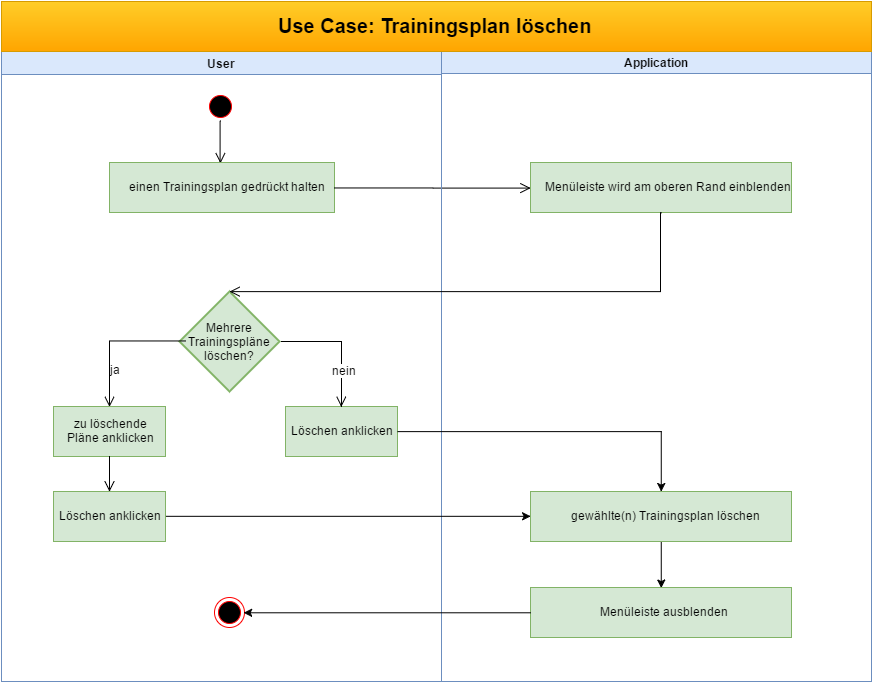
Above: UCDs/Use Case- Trainingsplan löschen.png in MH0896/MuM-s-Fit (draw.io), before the change. Source tidied: cells renumbered, new cells last; positions are measured from the earlier drawing's top-left corner, leaving out a move shared by most shapes. Its diagram source:
```xml
<mxGraphModel>
  <root>
    <mxCell id="0" style="html=1;" />
    <mxCell id="1" style="html=1;" parent="0" />
    <mxCell id="2" value="User" style="swimlane;whiteSpace=wrap;html=1;fillColor=#dae8fc;strokeColor=#6c8ebf;" parent="1" vertex="1">
      <mxGeometry y="50" width="440" height="630" as="geometry" />
    </mxCell>
    <mxCell id="3" style="ellipse;shape=startState;fillColor=#000000;strokeColor=#ff0000;html=1;" parent="2" vertex="1">
      <mxGeometry x="204" y="40" width="30" height="30" as="geometry" />
    </mxCell>
    <mxCell id="4" style="edgeStyle=elbowEdgeStyle;elbow=horizontal;verticalAlign=bottom;endArrow=open;endSize=8;strokeColor=#000000;endFill=1;rounded=0;html=1;entryX=0.414;entryY=0.018;entryPerimeter=0;" parent="2" edge="1">
      <mxGeometry x="118" y="40" as="geometry">
        <mxPoint x="219" y="69.5" as="sourcePoint" />
        <mxPoint x="219" y="111.8" as="targetPoint" />
      </mxGeometry>
    </mxCell>
    <mxCell id="5" value="einen Trainingsplan gedrückt halten" style="html=1;fillColor=#d5e8d4;strokeColor=#82b366;" parent="2" vertex="1">
      <mxGeometry x="108" y="111" width="225" height="50" as="geometry" />
    </mxCell>
    <mxCell id="6" value="Mehrere Trainingspläne löschen?" style="strokeWidth=2;html=1;shape=mxgraph.flowchart.decision;whiteSpace=wrap;fillColor=#d5e8d4;strokeColor=#82b366;" parent="2" vertex="1">
      <mxGeometry x="178" y="240" width="100" height="100" as="geometry" />
    </mxCell>
    <mxCell id="7" style="edgeStyle=elbowEdgeStyle;elbow=horizontal;verticalAlign=bottom;endArrow=open;endSize=8;strokeColor=#000000;endFill=1;rounded=0;html=1;entryX=0;entryY=0.5;" parent="2" edge="1" target="18">
      <mxGeometry x="372" y="87" as="geometry">
        <mxPoint x="333" y="136.5" as="sourcePoint" />
      </mxGeometry>
    </mxCell>
    <mxCell id="8" value="zu löschende&lt;br&gt;Pläne anklicken" style="html=1;fillColor=#d5e8d4;strokeColor=#82b366;" parent="2" vertex="1">
      <mxGeometry x="52" y="355" width="112" height="50" as="geometry" />
    </mxCell>
    <mxCell id="9" value="Löschen anklicken" style="html=1;fillColor=#d5e8d4;strokeColor=#82b366;" parent="2" vertex="1">
      <mxGeometry x="284" y="355" width="112" height="50" as="geometry" />
    </mxCell>
    <mxCell id="10" style="edgeStyle=elbowEdgeStyle;elbow=horizontal;verticalAlign=bottom;endArrow=open;endSize=8;strokeColor=#000000;endFill=1;rounded=0;html=1;entryX=0.5;entryY=0;" parent="2" edge="1" target="9">
      <mxGeometry x="463" y="221" as="geometry">
        <mxPoint x="280" y="290" as="sourcePoint" />
        <Array as="points">
          <mxPoint x="340" y="320" />
          <mxPoint x="352" y="330" />
        </Array>
      </mxGeometry>
    </mxCell>
    <mxCell id="11" value="nein" style="text;html=1;align=center;verticalAlign=middle;labelBackgroundColor=#ffffff;" parent="10" vertex="1">
      <mxGeometry relative="1" as="geometry">
        <mxPoint x="1" y="26" as="offset" />
      </mxGeometry>
    </mxCell>
    <mxCell id="12" style="edgeStyle=elbowEdgeStyle;elbow=horizontal;verticalAlign=bottom;endArrow=open;endSize=8;strokeColor=#000000;endFill=1;rounded=0;html=1;entryX=0.5;entryY=0;" parent="2" edge="1" target="8">
      <mxGeometry x="503" y="200" as="geometry">
        <mxPoint x="184" y="289.5" as="sourcePoint" />
        <Array as="points">
          <mxPoint x="108" y="340" />
          <mxPoint x="252" y="329" />
        </Array>
      </mxGeometry>
    </mxCell>
    <mxCell id="13" value="ja" style="text;html=1;align=center;verticalAlign=middle;labelBackgroundColor=#ffffff;" parent="12" vertex="1">
      <mxGeometry relative="1" as="geometry">
        <mxPoint y="28" as="offset" />
      </mxGeometry>
    </mxCell>
    <mxCell id="14" value="Löschen anklicken" style="html=1;fillColor=#d5e8d4;strokeColor=#82b366;" parent="2" vertex="1">
      <mxGeometry x="52" y="440" width="112" height="50" as="geometry" />
    </mxCell>
    <mxCell id="15" style="edgeStyle=elbowEdgeStyle;elbow=horizontal;verticalAlign=bottom;endArrow=open;endSize=8;strokeColor=#000000;endFill=1;rounded=0;html=1;entryX=0.5;entryY=0;exitX=0.5;exitY=1;" parent="2" edge="1" source="8" target="14">
      <mxGeometry x="429" y="341" as="geometry" />
    </mxCell>
    <mxCell id="16" style="ellipse;html=1;shape=endState;fillColor=#000000;strokeColor=#ff0000;" parent="2" vertex="1">
      <mxGeometry x="212.7" y="546" width="30" height="30" as="geometry" />
    </mxCell>
    <mxCell id="17" value="Application" style="swimlane;whiteSpace=wrap;html=1;fillColor=#dae8fc;strokeColor=#6c8ebf;" parent="1" vertex="1">
      <mxGeometry x="440" y="49" width="430" height="631" as="geometry" />
    </mxCell>
    <mxCell id="18" value="Menüleiste wird am oberen Rand einblenden" style="html=1;fillColor=#d5e8d4;strokeColor=#82b366;" parent="17" vertex="1">
      <mxGeometry x="89" y="112" width="261" height="50" as="geometry" />
    </mxCell>
    <mxCell id="19" style="edgeStyle=orthogonalEdgeStyle;rounded=0;html=1;exitX=0.5;exitY=1;entryX=0.5;entryY=0;jettySize=auto;strokeColor=#000000;" parent="17" edge="1" source="20" target="21">
      <mxGeometry relative="1" as="geometry" />
    </mxCell>
    <mxCell id="20" value="gewählte(n) Trainingsplan löschen" style="html=1;fillColor=#d5e8d4;strokeColor=#82b366;" parent="17" vertex="1">
      <mxGeometry x="89" y="441" width="261" height="50" as="geometry" />
    </mxCell>
    <mxCell id="21" value="Menüleiste ausblenden" style="html=1;fillColor=#d5e8d4;strokeColor=#82b366;" parent="17" vertex="1">
      <mxGeometry x="89" y="537" width="261" height="50" as="geometry" />
    </mxCell>
    <mxCell id="22" value="&lt;b&gt;&lt;font style=&quot;font-size: 20px&quot;&gt;Use Case: Trainingsplan löschen&lt;/font&gt;&lt;/b&gt;" style="html=1;fillColor=#ffcd28;strokeColor=#d79b00;gradientColor=#ffa500;" parent="1" vertex="1">
      <mxGeometry width="870" height="50" as="geometry" />
    </mxCell>
    <mxCell id="23" style="edgeStyle=elbowEdgeStyle;elbow=horizontal;verticalAlign=bottom;endArrow=open;endSize=8;strokeColor=#000000;endFill=1;rounded=0;html=1;entryX=0.5;entryY=0;entryPerimeter=0;exitX=0.5;exitY=1;" parent="1" edge="1" source="18" target="6">
      <mxGeometry x="450" y="161" as="geometry">
        <Array as="points">
          <mxPoint x="659" y="260" />
        </Array>
      </mxGeometry>
    </mxCell>
    <mxCell id="24" style="edgeStyle=orthogonalEdgeStyle;rounded=0;html=1;exitX=1;exitY=0.5;entryX=0;entryY=0.5;jettySize=auto;strokeColor=#000000;" parent="1" edge="1" source="14" target="20">
      <mxGeometry relative="1" as="geometry" />
    </mxCell>
    <mxCell id="25" style="edgeStyle=orthogonalEdgeStyle;rounded=0;html=1;exitX=1;exitY=0.5;jettySize=auto;strokeColor=#000000;entryX=0.5;entryY=0;" parent="1" edge="1" source="9" target="20">
      <mxGeometry relative="1" as="geometry">
        <Array as="points">
          <mxPoint x="660" y="430" />
        </Array>
      </mxGeometry>
    </mxCell>
    <mxCell id="26" style="edgeStyle=orthogonalEdgeStyle;rounded=0;html=1;exitX=0;exitY=0.5;entryX=1;entryY=0.5;jettySize=auto;strokeColor=#000000;" parent="1" edge="1" source="21" target="16">
      <mxGeometry relative="1" as="geometry" />
    </mxCell>
  </root>
</mxGraphModel>
```
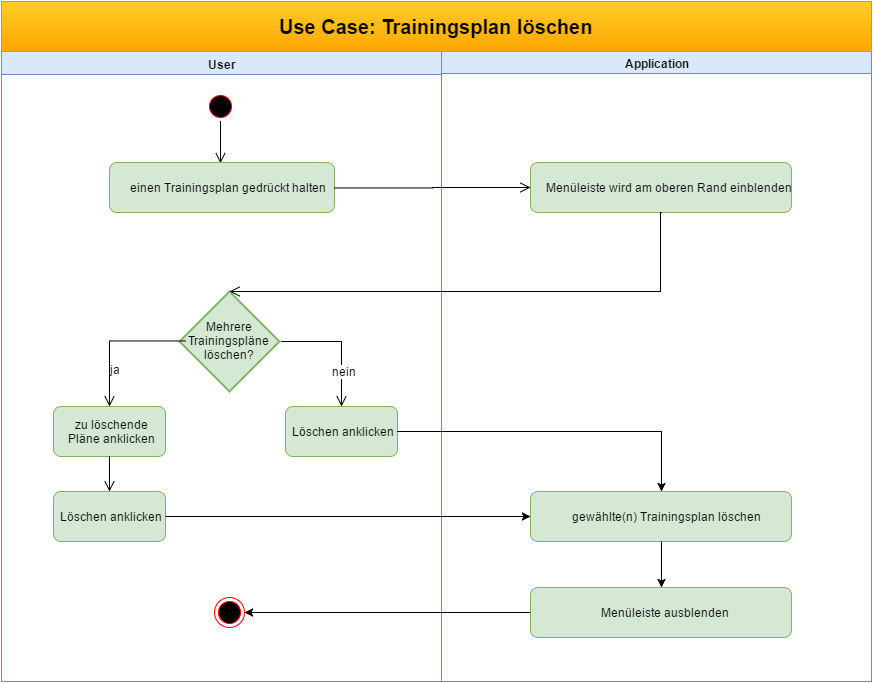
The same file after the commit.

Change to the diagram source:
```diff
@@ -14,7 +14,7 @@
         <mxPoint x="219" y="111.8" as="targetPoint" />
       </mxGeometry>
     </mxCell>
-    <mxCell id="5" value="einen Trainingsplan gedrückt halten" style="html=1;fillColor=#d5e8d4;strokeColor=#82b366;" parent="2" vertex="1">
+    <mxCell id="5" value="einen Trainingsplan gedrückt halten" style="html=1;fillColor=#d5e8d4;strokeColor=#82b366;rounded=1;" parent="2" vertex="1">
       <mxGeometry x="108" y="111" width="225" height="50" as="geometry" />
     </mxCell>
     <mxCell id="6" value="Mehrere Trainingspläne löschen?" style="strokeWidth=2;html=1;shape=mxgraph.flowchart.decision;whiteSpace=wrap;fillColor=#d5e8d4;strokeColor=#82b366;" parent="2" vertex="1">
@@ -25,10 +25,10 @@
         <mxPoint x="333" y="136.5" as="sourcePoint" />
       </mxGeometry>
     </mxCell>
-    <mxCell id="8" value="zu löschende&lt;br&gt;Pläne anklicken" style="html=1;fillColor=#d5e8d4;strokeColor=#82b366;" parent="2" vertex="1">
+    <mxCell id="8" value="zu löschende&lt;br&gt;Pläne anklicken" style="html=1;fillColor=#d5e8d4;strokeColor=#82b366;rounded=1;" parent="2" vertex="1">
       <mxGeometry x="52" y="355" width="112" height="50" as="geometry" />
     </mxCell>
-    <mxCell id="9" value="Löschen anklicken" style="html=1;fillColor=#d5e8d4;strokeColor=#82b366;" parent="2" vertex="1">
+    <mxCell id="9" value="Löschen anklicken" style="html=1;fillColor=#d5e8d4;strokeColor=#82b366;rounded=1;" parent="2" vertex="1">
       <mxGeometry x="284" y="355" width="112" height="50" as="geometry" />
     </mxCell>
     <mxCell id="10" style="edgeStyle=elbowEdgeStyle;elbow=horizontal;verticalAlign=bottom;endArrow=open;endSize=8;strokeColor=#000000;endFill=1;rounded=0;html=1;entryX=0.5;entryY=0;" parent="2" edge="1" target="9">
@@ -59,7 +59,7 @@
         <mxPoint y="28" as="offset" />
       </mxGeometry>
     </mxCell>
-    <mxCell id="14" value="Löschen anklicken" style="html=1;fillColor=#d5e8d4;strokeColor=#82b366;" parent="2" vertex="1">
+    <mxCell id="14" value="Löschen anklicken" style="html=1;fillColor=#d5e8d4;strokeColor=#82b366;rounded=1;" parent="2" vertex="1">
       <mxGeometry x="52" y="440" width="112" height="50" as="geometry" />
     </mxCell>
     <mxCell id="15" style="edgeStyle=elbowEdgeStyle;elbow=horizontal;verticalAlign=bottom;endArrow=open;endSize=8;strokeColor=#000000;endFill=1;rounded=0;html=1;entryX=0.5;entryY=0;exitX=0.5;exitY=1;" parent="2" edge="1" source="8" target="14">
@@ -71,18 +71,18 @@
     <mxCell id="17" value="Application" style="swimlane;whiteSpace=wrap;html=1;fillColor=#dae8fc;strokeColor=#6c8ebf;" parent="1" vertex="1">
       <mxGeometry x="440" y="49" width="430" height="631" as="geometry" />
     </mxCell>
-    <mxCell id="18" value="Menüleiste wird am oberen Rand einblenden" style="html=1;fillColor=#d5e8d4;strokeColor=#82b366;" parent="17" vertex="1">
+    <mxCell id="18" value="Menüleiste wird am oberen Rand einblenden" style="html=1;fillColor=#d5e8d4;strokeColor=#82b366;rounded=1;" parent="17" vertex="1">
       <mxGeometry x="89" y="112" width="261" height="50" as="geometry" />
     </mxCell>
-    <mxCell id="19" style="edgeStyle=orthogonalEdgeStyle;rounded=0;html=1;exitX=0.5;exitY=1;entryX=0.5;entryY=0;jettySize=auto;strokeColor=#000000;" parent="17" edge="1" source="20" target="21">
-      <mxGeometry relative="1" as="geometry" />
-    </mxCell>
-    <mxCell id="20" value="gewählte(n) Trainingsplan löschen" style="html=1;fillColor=#d5e8d4;strokeColor=#82b366;" parent="17" vertex="1">
+    <mxCell id="20" value="gewählte(n) Trainingsplan löschen" style="html=1;fillColor=#d5e8d4;strokeColor=#82b366;rounded=1;" parent="17" vertex="1">
       <mxGeometry x="89" y="441" width="261" height="50" as="geometry" />
     </mxCell>
-    <mxCell id="21" value="Menüleiste ausblenden" style="html=1;fillColor=#d5e8d4;strokeColor=#82b366;" parent="17" vertex="1">
+    <mxCell id="21" value="Menüleiste ausblenden" style="html=1;fillColor=#d5e8d4;strokeColor=#82b366;rounded=1;" parent="17" vertex="1">
       <mxGeometry x="89" y="537" width="261" height="50" as="geometry" />
     </mxCell>
+    <mxCell id="19" style="edgeStyle=orthogonalEdgeStyle;rounded=0;html=1;exitX=0.5;exitY=1;entryX=0.5;entryY=0;jettySize=auto;strokeColor=#000000;" parent="17" edge="1" source="20" target="21">
+      <mxGeometry relative="1" as="geometry" />
+    </mxCell>
     <mxCell id="22" value="&lt;b&gt;&lt;font style=&quot;font-size: 20px&quot;&gt;Use Case: Trainingsplan löschen&lt;/font&gt;&lt;/b&gt;" style="html=1;fillColor=#ffcd28;strokeColor=#d79b00;gradientColor=#ffa500;" parent="1" vertex="1">
       <mxGeometry width="870" height="50" as="geometry" />
     </mxCell>
```
